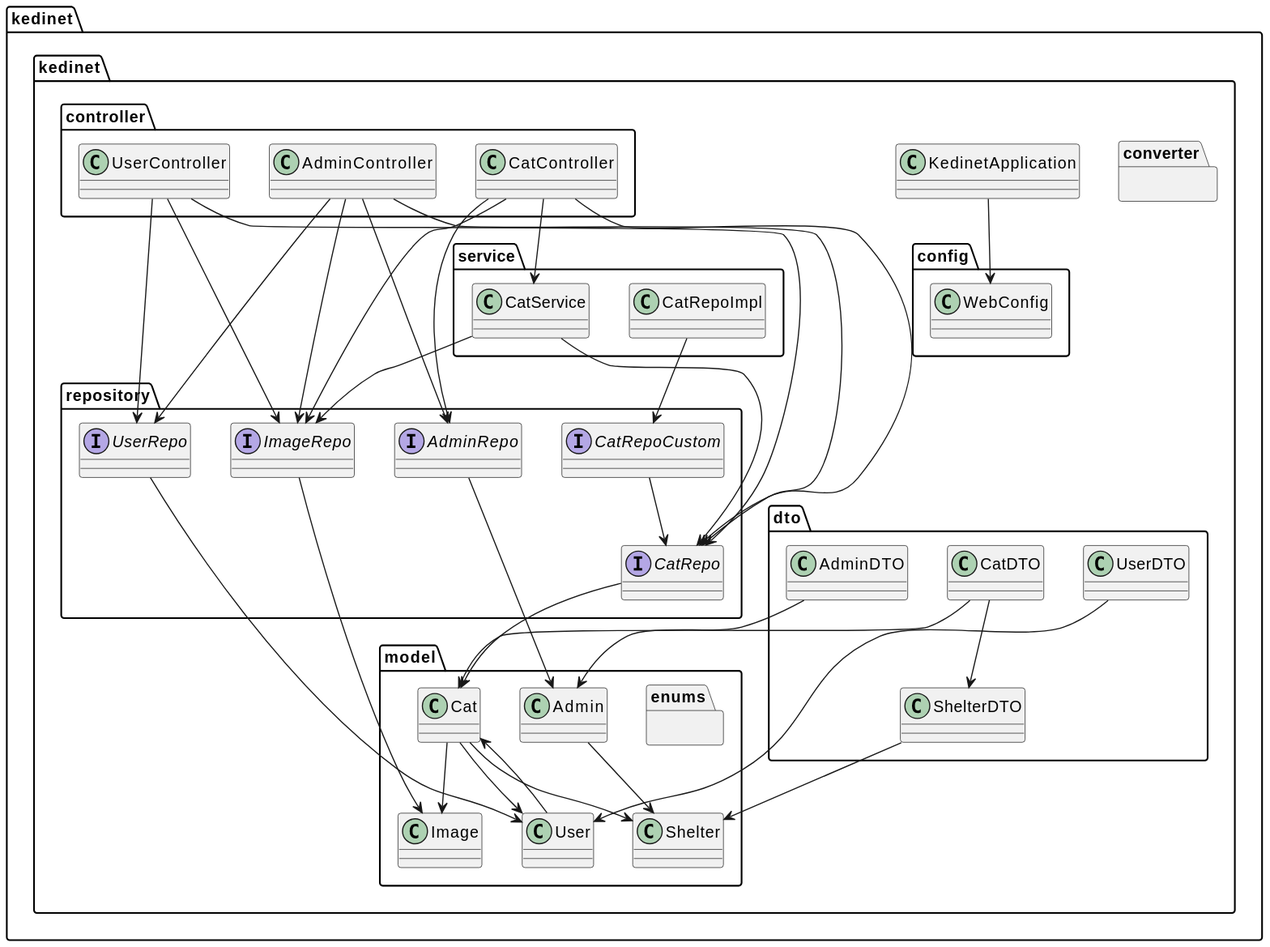
Before: diagrams/MoreCoarseGrainedDiagram.svg, a diagram exported from PlantUML (lenalarissa/kedinet).
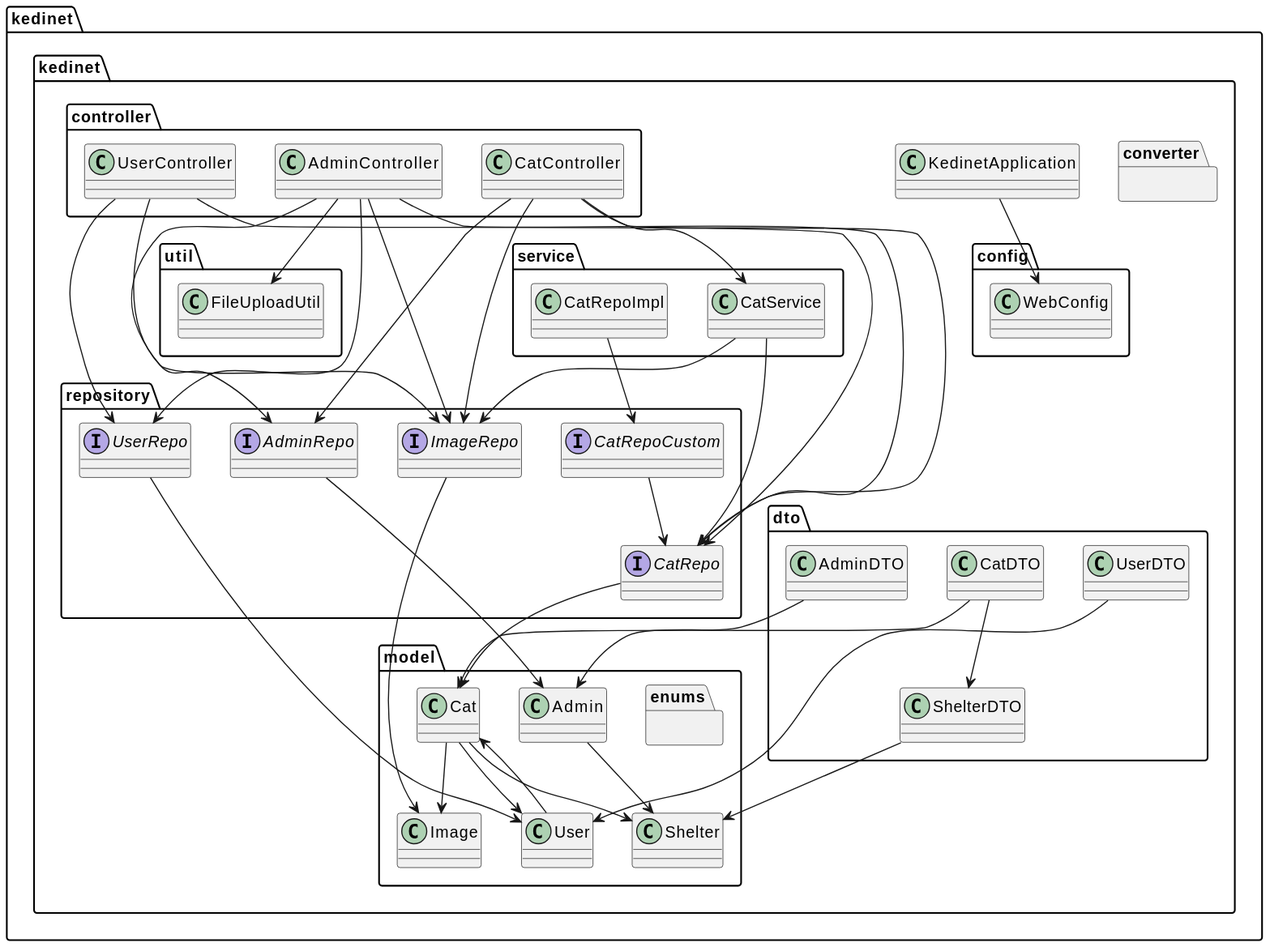
After the change.

What changed in the source:
```diff
@@ -47,12 +47,17 @@
     class CatService
 }
 
+package kedinet.kedinet.util {
+    class FileUploadUtil
+}
+
 KedinetApplication --> WebConfig
 
 AdminController --> AdminRepo
 AdminController --> CatRepo
 AdminController --> ImageRepo
 AdminController --> UserRepo
+AdminController --> FileUploadUtil
 
 CatController --> CatService
 CatController --> CatRepo
```
